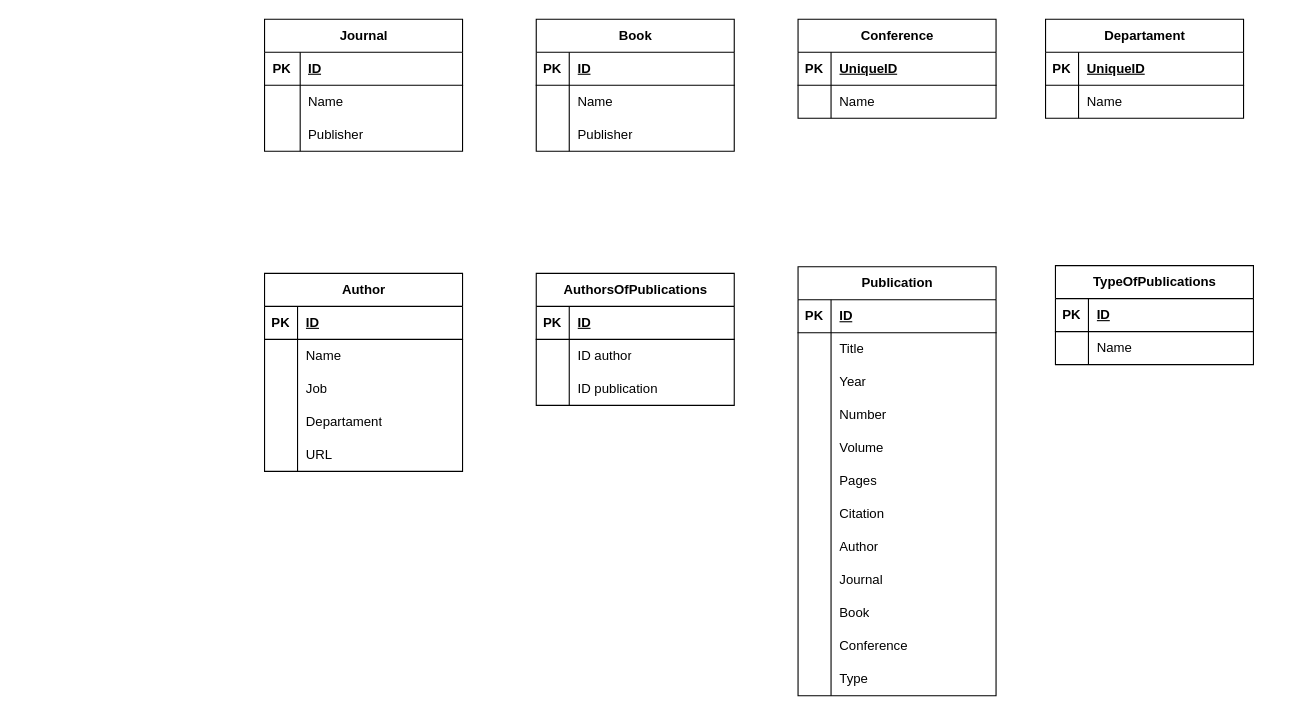
The draw.io diagram ER диаграмма.drawio in muravevaksen/schemas, before the edit. Source tidied: cells renumbered, new cells numbered last; positions are measured from the earlier drawing's top-left corner, leaving out a move shared by most shapes. Both pictures are drawn from the tidied source at 110%, with x=0, y=0 at pixel (264, 19).
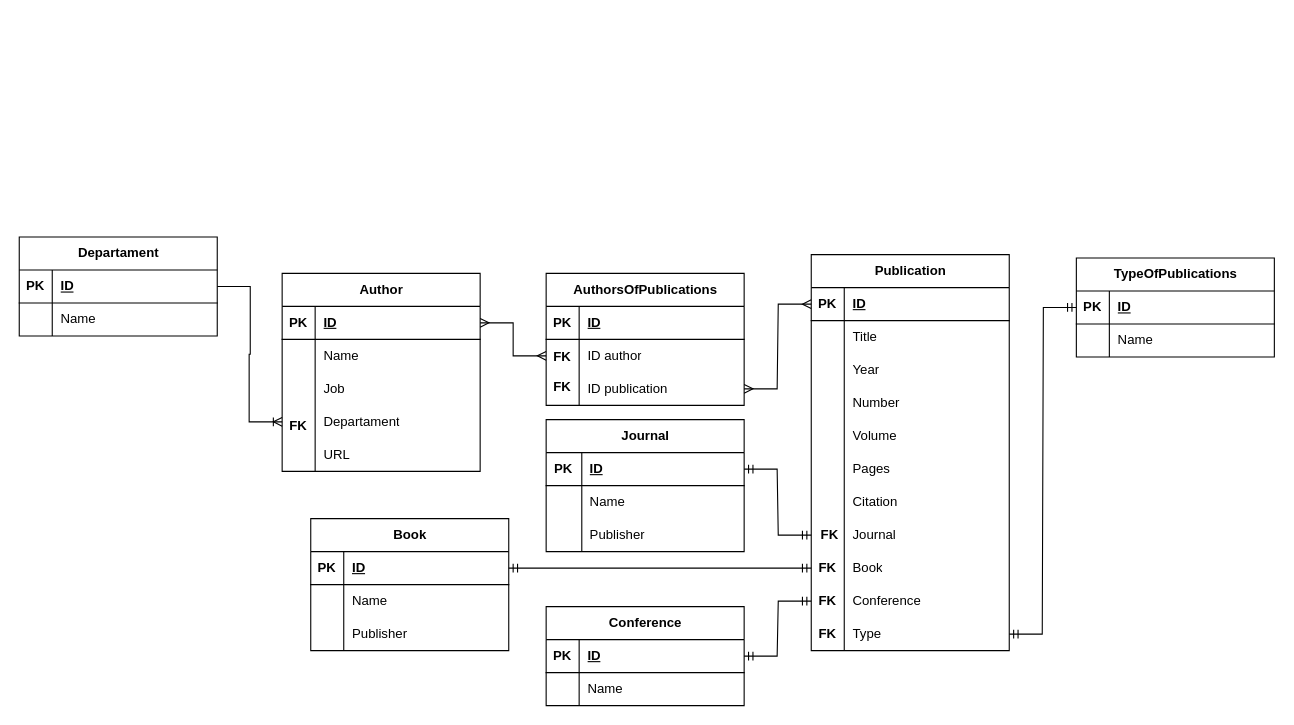
After the change.

Unchanged cells that the change refers to:
```xml
<mxCell id="3" style="shape=tableRow;horizontal=0;startSize=0;swimlaneHead=0;swimlaneBody=0;fillColor=none;points=[[0,0.5],[1,0.5]];portConstraint=eastwest;top=0;left=0;right=0;bottom=1;" parent="2" vertex="1">
  <mxGeometry y="30" width="180" height="30" as="geometry" />
</mxCell>
<mxCell id="13" style="shape=tableRow;horizontal=0;startSize=0;swimlaneHead=0;swimlaneBody=0;fillColor=none;points=[[0,0.5],[1,0.5]];portConstraint=eastwest;top=0;left=0;right=0;bottom=1;" parent="12" vertex="1">
  <mxGeometry y="30" width="180" height="30" as="geometry" />
</mxCell>
<mxCell id="23" style="shape=tableRow;horizontal=0;startSize=0;swimlaneHead=0;swimlaneBody=0;fillColor=none;points=[[0,0.5],[1,0.5]];portConstraint=eastwest;top=0;left=0;right=0;bottom=1;" parent="22" vertex="1">
  <mxGeometry y="30" width="180" height="30" as="geometry" />
</mxCell>
<mxCell id="32" style="shape=tableRow;horizontal=0;startSize=0;swimlaneHead=0;swimlaneBody=0;fillColor=none;points=[[0,0.5],[1,0.5]];portConstraint=eastwest;top=0;left=0;right=0;bottom=0;" parent="22" vertex="1">
  <mxGeometry y="120" width="180" height="30" as="geometry" />
</mxCell>
<mxCell id="39" style="shape=tableRow;horizontal=0;startSize=0;swimlaneHead=0;swimlaneBody=0;fillColor=none;points=[[0,0.5],[1,0.5]];portConstraint=eastwest;top=0;left=0;right=0;bottom=1;" parent="38" vertex="1">
  <mxGeometry y="30" width="180" height="30" as="geometry" />
</mxCell>
<mxCell id="79" style="shape=tableRow;horizontal=0;startSize=0;swimlaneHead=0;swimlaneBody=0;fillColor=none;points=[[0,0.5],[1,0.5]];portConstraint=eastwest;top=0;left=0;right=0;bottom=0;" parent="75" vertex="1">
  <mxGeometry y="60" width="180" height="30" as="geometry" />
</mxCell>
<mxCell id="82" style="shape=tableRow;horizontal=0;startSize=0;swimlaneHead=0;swimlaneBody=0;fillColor=none;points=[[0,0.5],[1,0.5]];portConstraint=eastwest;top=0;left=0;right=0;bottom=0;" parent="75" vertex="1">
  <mxGeometry y="90" width="180" height="30" as="geometry" />
</mxCell>
<mxCell id="86" style="shape=tableRow;horizontal=0;startSize=0;swimlaneHead=0;swimlaneBody=0;fillColor=none;points=[[0,0.5],[1,0.5]];portConstraint=eastwest;top=0;left=0;right=0;bottom=1;" parent="85" vertex="1">
  <mxGeometry y="30" width="180" height="30" as="geometry" />
</mxCell>
<mxCell id="93" style="shape=tableRow;horizontal=0;startSize=0;swimlaneHead=0;swimlaneBody=0;fillColor=none;points=[[0,0.5],[1,0.5]];portConstraint=eastwest;top=0;left=0;right=0;bottom=1;" parent="92" vertex="1">
  <mxGeometry y="30" width="180" height="30" as="geometry" />
</mxCell>
<mxCell id="100" style="shape=tableRow;horizontal=0;startSize=0;swimlaneHead=0;swimlaneBody=0;fillColor=none;points=[[0,0.5],[1,0.5]];portConstraint=eastwest;top=0;left=0;right=0;bottom=1;" parent="99" vertex="1">
  <mxGeometry y="30" width="180" height="30" as="geometry" />
</mxCell>
```

Diff of the diagram source:
```diff
@@
     <mxCell id="2" value="Journal" style="shape=table;startSize=30;childLayout=tableLayout;rowLines=0;fontStyle=1;align=center;html=1;" parent="1" vertex="1">
-      <mxGeometry width="180" height="120" as="geometry" />
+      <mxGeometry x="256" y="364" width="180" height="120" as="geometry" />
     </mxCell>
@@
     <mxCell id="12" value="Book" style="shape=table;startSize=30;childLayout=tableLayout;rowLines=0;fontStyle=1;align=center;html=1;" parent="1" vertex="1">
-      <mxGeometry x="247" width="180" height="120" as="geometry" />
+      <mxGeometry x="42" y="454" width="180" height="120" as="geometry" />
     </mxCell>
@@
     <mxCell id="22" value="Author" style="shape=table;startSize=30;childLayout=tableLayout;rowLines=0;fontStyle=1;align=center;html=1;" parent="1" vertex="1">
-      <mxGeometry y="231" width="180" height="180" as="geometry" />
+      <mxGeometry x="16" y="231" width="180" height="180" as="geometry" />
     </mxCell>
@@
     <mxCell id="38" value="Publication" style="shape=table;startSize=30;childLayout=tableLayout;rowLines=0;fontStyle=1;align=center;html=1;" parent="1" vertex="1">
-      <mxGeometry x="485" y="225" width="180" height="390" as="geometry" />
+      <mxGeometry x="497" y="214" width="180" height="360" as="geometry" />
     </mxCell>
@@
-    <mxCell id="60" style="shape=tableRow;horizontal=0;startSize=0;swimlaneHead=0;swimlaneBody=0;fillColor=none;top=0;left=0;right=0;bottom=0;" parent="38" vertex="1">
-      <mxGeometry y="240" width="180" height="30" as="geometry" />
-    </mxCell>
-    <mxCell id="61" style="shape=partialRectangle;fillColor=none;top=0;left=0;bottom=0;right=0;overflow=hidden;whiteSpace=wrap;html=1;" parent="60" vertex="1">
-      <mxGeometry width="30" height="30" as="geometry" />
-    </mxCell>
-    <mxCell id="62" value="Author" style="shape=partialRectangle;fillColor=none;top=0;left=0;bottom=0;right=0;align=left;spacingLeft=6;overflow=hidden;whiteSpace=wrap;html=1;" parent="60" vertex="1">
-      <mxGeometry x="30" width="150" height="30" as="geometry" />
-    </mxCell>
     <mxCell id="63" style="shape=tableRow;horizontal=0;startSize=0;swimlaneHead=0;swimlaneBody=0;fillColor=none;points=[[0,0.5],[1,0.5]];portConstraint=eastwest;top=0;left=0;right=0;bottom=0;" parent="38" vertex="1">
-      <mxGeometry y="270" width="180" height="30" as="geometry" />
+      <mxGeometry y="240" width="180" height="30" as="geometry" />
     </mxCell>
@@
     <mxCell id="66" style="shape=tableRow;horizontal=0;startSize=0;swimlaneHead=0;swimlaneBody=0;fillColor=none;points=[[0,0.5],[1,0.5]];portConstraint=eastwest;top=0;left=0;right=0;bottom=0;" parent="38" vertex="1">
-      <mxGeometry y="300" width="180" height="30" as="geometry" />
+      <mxGeometry y="270" width="180" height="30" as="geometry" />
     </mxCell>
@@
     <mxCell id="69" style="shape=tableRow;horizontal=0;startSize=0;swimlaneHead=0;swimlaneBody=0;fillColor=none;points=[[0,0.5],[1,0.5]];portConstraint=eastwest;top=0;left=0;right=0;bottom=0;" parent="38" vertex="1">
-      <mxGeometry y="330" width="180" height="30" as="geometry" />
+      <mxGeometry y="300" width="180" height="30" as="geometry" />
     </mxCell>
@@
     <mxCell id="72" style="shape=tableRow;horizontal=0;startSize=0;swimlaneHead=0;swimlaneBody=0;fillColor=none;points=[[0,0.5],[1,0.5]];portConstraint=eastwest;top=0;left=0;right=0;bottom=0;" parent="38" vertex="1">
-      <mxGeometry y="360" width="180" height="30" as="geometry" />
+      <mxGeometry y="330" width="180" height="30" as="geometry" />
     </mxCell>
@@
     <mxCell id="75" value="AuthorsOfPublications" style="shape=table;startSize=30;childLayout=tableLayout;rowLines=0;fontStyle=1;align=center;html=1;" parent="1" vertex="1">
-      <mxGeometry x="247" y="231" width="180" height="120" as="geometry" />
+      <mxGeometry x="256" y="231" width="180" height="120" as="geometry" />
     </mxCell>
@@
     <mxCell id="85" value="Conference" style="shape=table;startSize=30;childLayout=tableLayout;rowLines=0;fontStyle=1;align=center;html=1;" parent="1" vertex="1">
-      <mxGeometry x="485" width="180" height="90" as="geometry" />
+      <mxGeometry x="256" y="534" width="180" height="90" as="geometry" />
     </mxCell>
@@
-    <mxCell id="88" value="UniqueID" style="shape=partialRectangle;fillColor=none;top=0;left=0;bottom=0;right=0;align=left;spacingLeft=6;fontStyle=5;overflow=hidden;whiteSpace=wrap;html=1;" parent="86" vertex="1">
+    <mxCell id="88" value="ID" style="shape=partialRectangle;fillColor=none;top=0;left=0;bottom=0;right=0;align=left;spacingLeft=6;fontStyle=5;overflow=hidden;whiteSpace=wrap;html=1;" parent="86" vertex="1">
       <mxGeometry x="30" width="150" height="30" as="geometry" />
     </mxCell>
@@
     <mxCell id="92" value="Departament" style="shape=table;startSize=30;childLayout=tableLayout;rowLines=0;fontStyle=1;align=center;html=1;" parent="1" vertex="1">
-      <mxGeometry x="710" width="180" height="90" as="geometry" />
+      <mxGeometry x="-223" y="198" width="180" height="90" as="geometry" />
     </mxCell>
@@
-    <mxCell id="95" value="UniqueID" style="shape=partialRectangle;fillColor=none;top=0;left=0;bottom=0;right=0;align=left;spacingLeft=6;fontStyle=5;overflow=hidden;whiteSpace=wrap;html=1;" parent="93" vertex="1">
+    <mxCell id="95" value="ID" style="shape=partialRectangle;fillColor=none;top=0;left=0;bottom=0;right=0;align=left;spacingLeft=6;fontStyle=5;overflow=hidden;whiteSpace=wrap;html=1;" parent="93" vertex="1">
       <mxGeometry x="30" width="150" height="30" as="geometry" />
     </mxCell>
@@
     <mxCell id="99" value="TypeOfPublications" style="shape=table;startSize=30;childLayout=tableLayout;rowLines=0;fontStyle=1;align=center;html=1;" parent="1" vertex="1">
-      <mxGeometry x="719" y="224" width="180" height="90" as="geometry" />
+      <mxGeometry x="738" y="217" width="180" height="90" as="geometry" />
     </mxCell>
@@
+    <mxCell id="106" style="edgeStyle=entityRelationEdgeStyle;fontSize=12;html=1;endArrow=ERoneToMany;rounded=0;entryX=0;entryY=0.5;entryDx=0;entryDy=0;exitX=1;exitY=0.5;exitDx=0;exitDy=0;" parent="1" edge="1" source="93" target="32">
+      <mxGeometry relative="1" as="geometry">
+        <Array as="points">
+          <mxPoint x="-11" y="100" />
+          <mxPoint x="-5" y="151" />
+          <mxPoint x="-55" y="149" />
+          <mxPoint x="-53" y="207" />
+          <mxPoint x="-87" y="294" />
+        </Array>
+      </mxGeometry>
+    </mxCell>
+    <mxCell id="107" style="edgeStyle=entityRelationEdgeStyle;fontSize=12;html=1;endArrow=ERmany;startArrow=ERmany;rounded=0;exitX=1;exitY=0.5;exitDx=0;exitDy=0;" parent="1" edge="1" source="82" target="39">
+      <mxGeometry relative="1" as="geometry" />
+    </mxCell>
+    <mxCell id="108" style="edgeStyle=entityRelationEdgeStyle;fontSize=12;html=1;endArrow=ERmany;startArrow=ERmany;rounded=0;entryX=0;entryY=0.5;entryDx=0;entryDy=0;exitX=1;exitY=0.5;exitDx=0;exitDy=0;" parent="1" edge="1" source="23" target="79">
+      <mxGeometry relative="1" as="geometry" />
+    </mxCell>
+    <mxCell id="109" style="edgeStyle=entityRelationEdgeStyle;fontSize=12;html=1;endArrow=ERmandOne;startArrow=ERmandOne;rounded=0;entryX=0;entryY=0.5;entryDx=0;entryDy=0;exitX=1;exitY=0.5;exitDx=0;exitDy=0;" parent="1" edge="1" source="72" target="100">
+      <mxGeometry relative="1" as="geometry" />
+    </mxCell>
+    <mxCell id="110" style="edgeStyle=entityRelationEdgeStyle;fontSize=12;html=1;endArrow=ERmandOne;startArrow=ERmandOne;rounded=0;entryX=0;entryY=0.5;entryDx=0;entryDy=0;exitX=1;exitY=0.5;exitDx=0;exitDy=0;" parent="1" edge="1" source="3" target="63">
+      <mxGeometry relative="1" as="geometry" />
+    </mxCell>
+    <mxCell id="111" style="edgeStyle=entityRelationEdgeStyle;fontSize=12;html=1;endArrow=ERmandOne;startArrow=ERmandOne;rounded=0;entryX=0;entryY=0.5;entryDx=0;entryDy=0;exitX=1;exitY=0.5;exitDx=0;exitDy=0;" parent="1" edge="1" source="86" target="69">
+      <mxGeometry relative="1" as="geometry" />
+    </mxCell>
+    <mxCell id="112" style="edgeStyle=entityRelationEdgeStyle;fontSize=12;html=1;endArrow=ERmandOne;startArrow=ERmandOne;rounded=0;exitX=1;exitY=0.5;exitDx=0;exitDy=0;" parent="1" edge="1" source="13" target="66">
+      <mxGeometry relative="1" as="geometry" />
+    </mxCell>
+    <mxCell id="113" value="FK" style="shape=partialRectangle;fillColor=none;top=0;left=0;bottom=0;right=0;fontStyle=1;overflow=hidden;whiteSpace=wrap;html=1;" parent="1" vertex="1">
+      <mxGeometry x="497" y="514" width="30" height="30" as="geometry" />
+    </mxCell>
+    <mxCell id="114" value="FK" style="shape=partialRectangle;fillColor=none;top=0;left=0;bottom=0;right=0;fontStyle=1;overflow=hidden;whiteSpace=wrap;html=1;" parent="1" vertex="1">
+      <mxGeometry x="497" y="484" width="30" height="30" as="geometry" />
+    </mxCell>
+    <mxCell id="115" value="FK" style="shape=partialRectangle;fillColor=none;top=0;left=0;bottom=0;right=0;fontStyle=1;overflow=hidden;whiteSpace=wrap;html=1;" parent="1" vertex="1">
+      <mxGeometry x="497" y="544" width="30" height="30" as="geometry" />
+    </mxCell>
+    <mxCell id="116" value="FK" style="shape=partialRectangle;fillColor=none;top=0;left=0;bottom=0;right=0;fontStyle=1;overflow=hidden;whiteSpace=wrap;html=1;" parent="1" vertex="1">
+      <mxGeometry x="499" y="454" width="30" height="30" as="geometry" />
+    </mxCell>
+    <mxCell id="117" value="FK" style="shape=partialRectangle;fillColor=none;top=0;left=0;bottom=0;right=0;fontStyle=1;overflow=hidden;whiteSpace=wrap;html=1;" parent="1" vertex="1">
+      <mxGeometry x="256" y="292" width="30" height="30" as="geometry" />
+    </mxCell>
+    <mxCell id="118" value="FK" style="shape=partialRectangle;fillColor=none;top=0;left=0;bottom=0;right=0;fontStyle=1;overflow=hidden;whiteSpace=wrap;html=1;" parent="1" vertex="1">
+      <mxGeometry x="256" y="319" width="30" height="30" as="geometry" />
+    </mxCell>
+    <mxCell id="119" value="FK" style="shape=partialRectangle;fillColor=none;top=0;left=0;bottom=0;right=0;fontStyle=1;overflow=hidden;whiteSpace=wrap;html=1;" parent="1" vertex="1">
+      <mxGeometry x="16" y="355" width="30" height="30" as="geometry" />
+    </mxCell>
```
